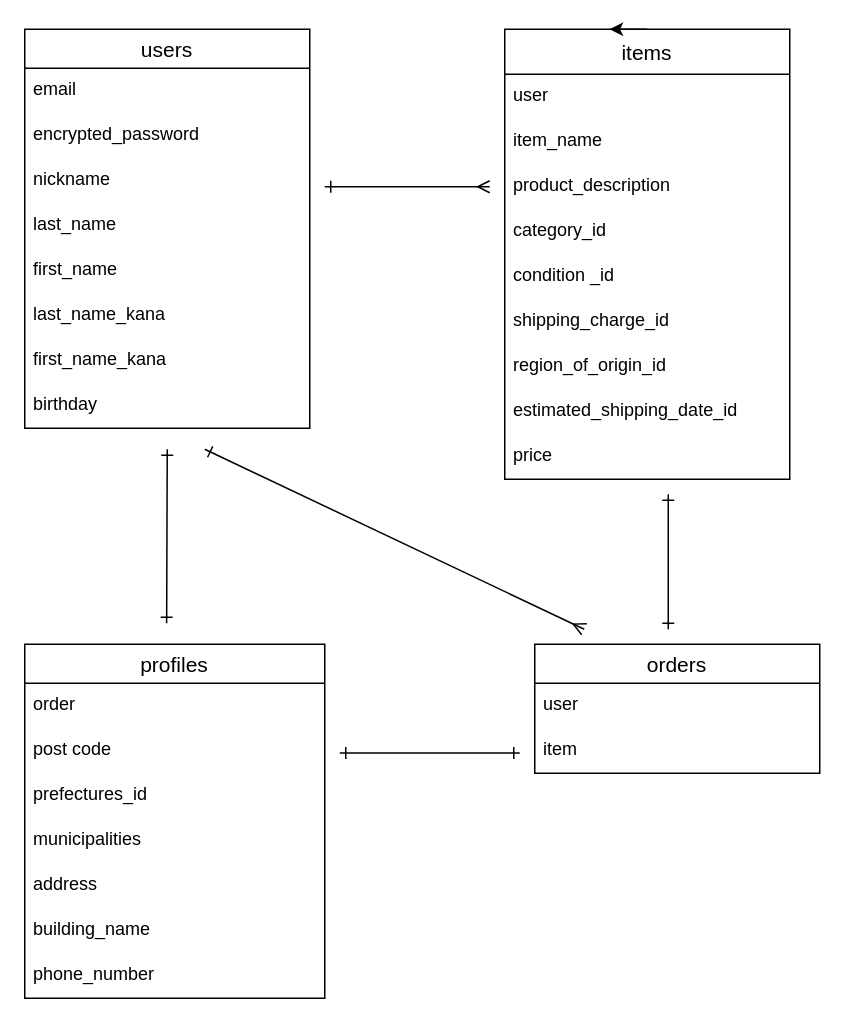
Before: test.drawio in hama-hiroki/furima-38320, a draw.io diagram. Source tidied: cells renumbered, new cells numbered last; positions are measured from the earlier drawing's top-left corner, leaving out a move shared by most shapes. Both pictures are drawn from the tidied source at 150%, with x=0, y=0 at pixel (24, 28).
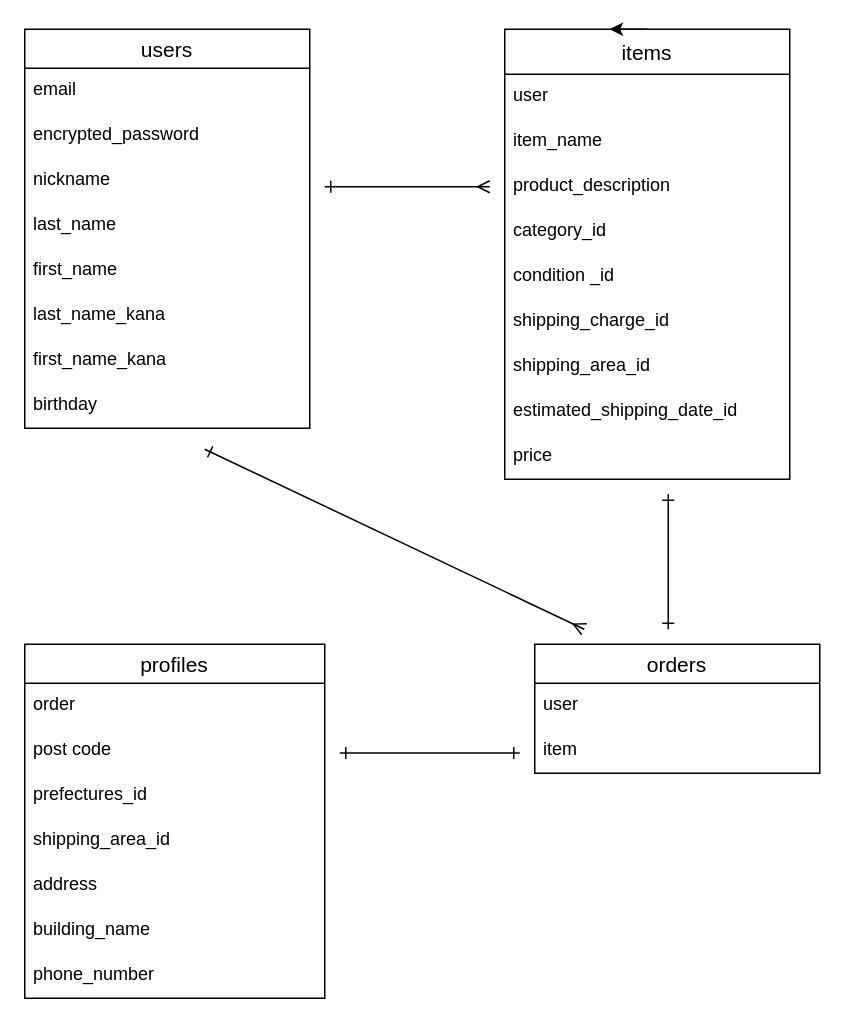
The same page after the edit.

Commit message (it also covers changes not shown here):
README 再修正コミット忘れ

The change refers to these unchanged cells:
```xml
<mxCell id="13" value="items" style="swimlane;fontStyle=0;horizontal=1;startSize=30;align=center;fontSize=14;" parent="1" vertex="1">
  <mxGeometry x="320" width="190" height="300" as="geometry" />
</mxCell>
<mxCell id="30" value="profiles" style="swimlane;fontStyle=0;horizontal=1;startSize=26;align=center;fontSize=14;" parent="1" vertex="1">
  <mxGeometry y="410" width="200" height="236" as="geometry" />
</mxCell>
```

Diff of the diagram source:
```diff
@@
-    <mxCell id="3" style="edgeStyle=none;html=1;startArrow=ERone;startFill=0;endArrow=ERone;endFill=0;" parent="1" edge="1">
-      <mxGeometry relative="1" as="geometry">
-        <mxPoint x="95" y="280" as="sourcePoint" />
-        <mxPoint x="94.6" y="396" as="targetPoint" />
-      </mxGeometry>
-    </mxCell>
@@
-    <mxCell id="20" value="region_of_origin_id" style="text;strokeColor=none;fillColor=none;spacingLeft=4;spacingRight=4;overflow=hidden;fontSize=12;" parent="13" vertex="1">
+    <mxCell id="20" value="shipping_area_id" style="text;strokeColor=none;fillColor=none;spacingLeft=4;spacingRight=4;overflow=hidden;fontSize=12;" parent="13" vertex="1">
       <mxGeometry y="210" width="190" height="30" as="geometry" />
     </mxCell>
@@
-    <mxCell id="34" value="municipalities" style="text;strokeColor=none;fillColor=none;spacingLeft=4;spacingRight=4;overflow=hidden;fontSize=12;" parent="30" vertex="1">
+    <mxCell id="34" value="shipping_area_id" style="text;strokeColor=none;fillColor=none;spacingLeft=4;spacingRight=4;overflow=hidden;fontSize=12;" parent="30" vertex="1">
       <mxGeometry y="116" width="200" height="30" as="geometry" />
     </mxCell>
```
